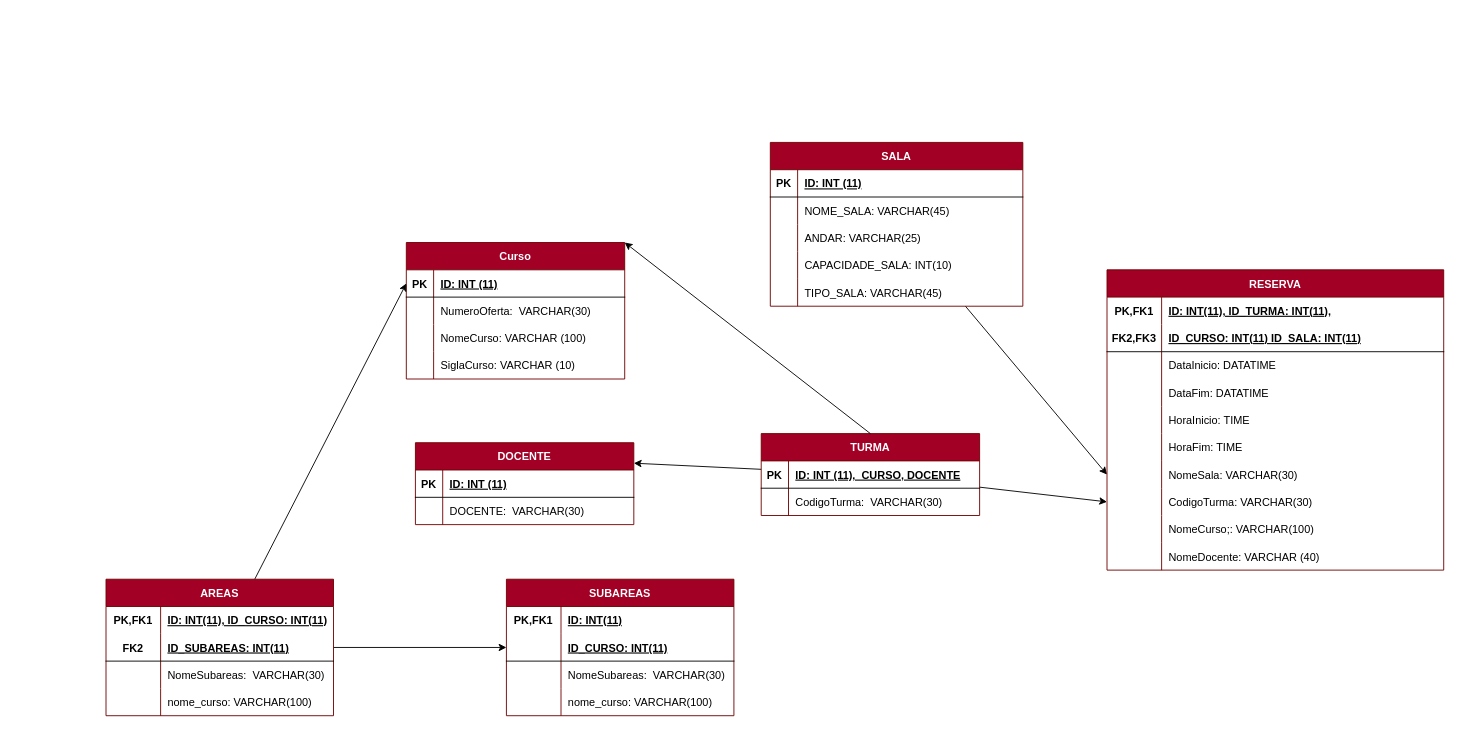
Earlier version of the draw.io diagram Database/Diagrama.drawio (LuisgrbDev/Projeto_Hackaton). Source tidied: cells renumbered, new cells numbered last; positions are measured from the earlier drawing's top-left corner, leaving out a move shared by most shapes. Both pictures are drawn from the tidied source at 91%, with x=0, y=0 at pixel (106, 142).
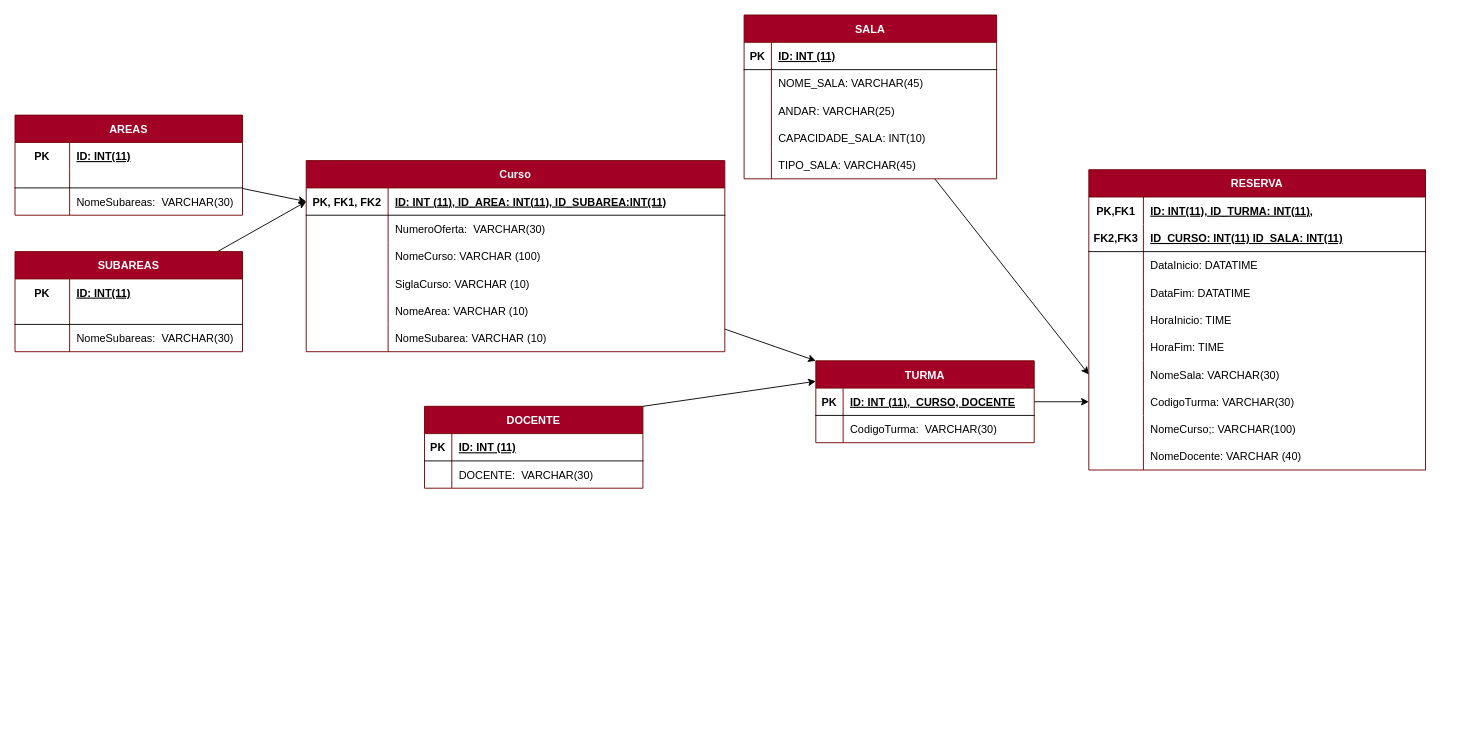
Above is the later version.

Commit message:
Alteração DIAGRAMA

The change refers to these unchanged cells:
```xml
<mxCell id="18" style="shape=tableRow;horizontal=0;startSize=0;swimlaneHead=0;swimlaneBody=0;fillColor=none;top=0;left=0;right=0;bottom=0;" parent="17" vertex="1">
  <mxGeometry y="30" width="250" height="30" as="geometry" />
</mxCell>
<mxCell id="95" style="shape=tableRow;horizontal=0;startSize=0;swimlaneHead=0;swimlaneBody=0;fillColor=none;top=0;left=0;right=0;bottom=0;" parent="94" vertex="1">
  <mxGeometry y="30" width="250" height="30" as="geometry" />
</mxCell>
```

Diff of the diagram source:
```diff
@@
+    <mxCell id="108" style="edgeStyle=none;html=1;entryX=0;entryY=0;entryDx=0;entryDy=0;" parent="1" edge="1" source="2" target="87">
+      <mxGeometry relative="1" as="geometry" />
+    </mxCell>
     <mxCell id="2" value="Curso" style="shape=table;startSize=30;childLayout=tableLayout;rowLines=0;fontStyle=1;align=center;fillColor=#a20025;fontColor=#ffffff;strokeColor=#6F0000;" parent="1" vertex="1">
-      <mxGeometry x="330" y="110" width="240" height="150" as="geometry" />
+      <mxGeometry x="220" y="20" width="460" height="210" as="geometry" />
     </mxCell>
     <mxCell id="3" style="shape=tableRow;horizontal=0;startSize=0;swimlaneHead=0;swimlaneBody=0;fillColor=none;points=[[0,0.5],[1,0.5]];portConstraint=eastwest;top=0;left=0;right=0;bottom=1;" parent="2" vertex="1">
-      <mxGeometry y="30" width="240" height="30" as="geometry" />
+      <mxGeometry y="30" width="460" height="30" as="geometry" />
     </mxCell>
-    <mxCell id="4" value="PK" style="shape=partialRectangle;fillColor=none;top=0;left=0;bottom=0;right=0;fontStyle=1;overflow=hidden;" parent="3" vertex="1">
-      <mxGeometry width="30" height="30" as="geometry" />
+    <mxCell id="4" value="PK, FK1, FK2" style="shape=partialRectangle;fillColor=none;top=0;left=0;bottom=0;right=0;fontStyle=1;overflow=hidden;" parent="3" vertex="1">
+      <mxGeometry width="90" height="30" as="geometry" />
     </mxCell>
-    <mxCell id="5" value="ID: INT (11)" style="shape=partialRectangle;fillColor=none;top=0;left=0;bottom=0;right=0;align=left;spacingLeft=6;fontStyle=5;overflow=hidden;" parent="3" vertex="1">
-      <mxGeometry x="30" width="210" height="30" as="geometry" />
+    <mxCell id="5" value="ID: INT (11), ID_AREA: INT(11), ID_SUBAREA:INT(11)" style="shape=partialRectangle;fillColor=none;top=0;left=0;bottom=0;right=0;align=left;spacingLeft=6;fontStyle=5;overflow=hidden;" parent="3" vertex="1">
+      <mxGeometry x="90" width="370" height="30" as="geometry" />
     </mxCell>
     <mxCell id="6" style="shape=tableRow;horizontal=0;startSize=0;swimlaneHead=0;swimlaneBody=0;fillColor=none;top=0;left=0;right=0;bottom=0;" parent="2" vertex="1">
-      <mxGeometry y="60" width="240" height="30" as="geometry" />
+      <mxGeometry y="60" width="460" height="30" as="geometry" />
     </mxCell>
     <mxCell id="7" style="shape=partialRectangle;fillColor=none;top=0;left=0;bottom=0;right=0;overflow=hidden;" parent="6" vertex="1">
-      <mxGeometry width="30" height="30" as="geometry" />
+      <mxGeometry width="90" height="30" as="geometry" />
     </mxCell>
     <mxCell id="8" value="NumeroOferta:  VARCHAR(30)" style="shape=partialRectangle;fillColor=none;top=0;left=0;bottom=0;right=0;align=left;spacingLeft=6;overflow=hidden;" parent="6" vertex="1">
-      <mxGeometry x="30" width="210" height="30" as="geometry" />
+      <mxGeometry x="90" width="370" height="30" as="geometry" />
     </mxCell>
     <mxCell id="9" style="shape=tableRow;horizontal=0;startSize=0;swimlaneHead=0;swimlaneBody=0;fillColor=none;top=0;left=0;right=0;bottom=0;" parent="2" vertex="1">
-      <mxGeometry y="90" width="240" height="30" as="geometry" />
+      <mxGeometry y="90" width="460" height="30" as="geometry" />
     </mxCell>
     <mxCell id="10" style="shape=partialRectangle;fillColor=none;top=0;left=0;bottom=0;right=0;overflow=hidden;" parent="9" vertex="1">
-      <mxGeometry width="30" height="30" as="geometry" />
+      <mxGeometry width="90" height="30" as="geometry" />
     </mxCell>
     <mxCell id="11" value="NomeCurso: VARCHAR (100)" style="shape=partialRectangle;fillColor=none;top=0;left=0;bottom=0;right=0;align=left;spacingLeft=6;overflow=hidden;" parent="9" vertex="1">
-      <mxGeometry x="30" width="210" height="30" as="geometry" />
+      <mxGeometry x="90" width="370" height="30" as="geometry" />
     </mxCell>
     <mxCell id="12" style="shape=tableRow;horizontal=0;startSize=0;swimlaneHead=0;swimlaneBody=0;fillColor=none;top=0;left=0;right=0;bottom=0;" parent="2" vertex="1">
-      <mxGeometry y="120" width="240" height="30" as="geometry" />
+      <mxGeometry y="120" width="460" height="30" as="geometry" />
     </mxCell>
     <mxCell id="13" style="shape=partialRectangle;fillColor=none;top=0;left=0;bottom=0;right=0;overflow=hidden;" parent="12" vertex="1">
-      <mxGeometry width="30" height="30" as="geometry" />
+      <mxGeometry width="90" height="30" as="geometry" />
     </mxCell>
     <mxCell id="14" value="SiglaCurso: VARCHAR (10)" style="shape=partialRectangle;fillColor=none;top=0;left=0;bottom=0;right=0;align=left;spacingLeft=6;overflow=hidden;" parent="12" vertex="1">
-      <mxGeometry x="30" width="210" height="30" as="geometry" />
+      <mxGeometry x="90" width="370" height="30" as="geometry" />
     </mxCell>
-    <mxCell id="15" style="edgeStyle=none;html=1;entryX=0;entryY=0.5;entryDx=0;entryDy=0;" parent="1" edge="1" source="17" target="94">
-      <mxGeometry relative="1" as="geometry" />
-    </mxCell>
+    <mxCell id="109" style="shape=tableRow;horizontal=0;startSize=0;swimlaneHead=0;swimlaneBody=0;fillColor=none;top=0;left=0;right=0;bottom=0;" parent="2" vertex="1">
+      <mxGeometry y="150" width="460" height="30" as="geometry" />
+    </mxCell>
+    <mxCell id="110" style="shape=partialRectangle;fillColor=none;top=0;left=0;bottom=0;right=0;overflow=hidden;" parent="109" vertex="1">
+      <mxGeometry width="90" height="30" as="geometry" />
+    </mxCell>
+    <mxCell id="111" value="NomeArea: VARCHAR (10)" style="shape=partialRectangle;fillColor=none;top=0;left=0;bottom=0;right=0;align=left;spacingLeft=6;overflow=hidden;" parent="109" vertex="1">
+      <mxGeometry x="90" width="370" height="30" as="geometry" />
+    </mxCell>
+    <mxCell id="112" style="shape=tableRow;horizontal=0;startSize=0;swimlaneHead=0;swimlaneBody=0;fillColor=none;top=0;left=0;right=0;bottom=0;" parent="2" vertex="1">
+      <mxGeometry y="180" width="460" height="30" as="geometry" />
+    </mxCell>
+    <mxCell id="113" style="shape=partialRectangle;fillColor=none;top=0;left=0;bottom=0;right=0;overflow=hidden;" parent="112" vertex="1">
+      <mxGeometry width="90" height="30" as="geometry" />
+    </mxCell>
+    <mxCell id="114" value="NomeSubarea: VARCHAR (10)" style="shape=partialRectangle;fillColor=none;top=0;left=0;bottom=0;right=0;align=left;spacingLeft=6;overflow=hidden;" parent="112" vertex="1">
+      <mxGeometry x="90" width="370" height="30" as="geometry" />
+    </mxCell>
@@
     <mxCell id="17" value="AREAS" style="shape=table;startSize=30;childLayout=tableLayout;rowLines=0;fontStyle=1;align=center;fillColor=#a20025;fontColor=#ffffff;strokeColor=#6F0000;" parent="1" vertex="1">
-      <mxGeometry y="480" width="250" height="150" as="geometry" />
+      <mxGeometry x="-100" y="-30" width="250" height="110" as="geometry" />
     </mxCell>
@@
-    <mxCell id="19" value="PK,FK1" style="shape=partialRectangle;fillColor=none;top=0;left=0;bottom=0;right=0;fontStyle=1;overflow=hidden;" parent="18" vertex="1">
+    <mxCell id="19" value="PK" style="shape=partialRectangle;fillColor=none;top=0;left=0;bottom=0;right=0;fontStyle=1;overflow=hidden;" parent="18" vertex="1">
       <mxGeometry width="60" height="30" as="geometry" />
     </mxCell>
-    <mxCell id="20" value="ID: INT(11), ID_CURSO: INT(11)" style="shape=partialRectangle;fillColor=none;top=0;left=0;bottom=0;right=0;align=left;spacingLeft=6;fontStyle=5;overflow=hidden;" parent="18" vertex="1">
+    <mxCell id="20" value="ID: INT(11)" style="shape=partialRectangle;fillColor=none;top=0;left=0;bottom=0;right=0;align=left;spacingLeft=6;fontStyle=5;overflow=hidden;" parent="18" vertex="1">
       <mxGeometry x="60" width="190" height="30" as="geometry" />
     </mxCell>
     <mxCell id="21" style="shape=tableRow;horizontal=0;startSize=0;swimlaneHead=0;swimlaneBody=0;fillColor=none;top=0;left=0;right=0;bottom=1;" parent="17" vertex="1">
-      <mxGeometry y="60" width="250" height="30" as="geometry" />
+      <mxGeometry y="60" width="250" height="20" as="geometry" />
     </mxCell>
-    <mxCell id="22" value="FK2" style="shape=partialRectangle;fillColor=none;top=0;left=0;bottom=0;right=0;fontStyle=1;overflow=hidden;" parent="21" vertex="1">
-      <mxGeometry width="60" height="30" as="geometry" />
+    <mxCell id="22" style="shape=partialRectangle;fillColor=none;top=0;left=0;bottom=0;right=0;fontStyle=1;overflow=hidden;" parent="21" vertex="1">
+      <mxGeometry width="60" height="20" as="geometry" />
     </mxCell>
-    <mxCell id="23" value="ID_SUBAREAS: INT(11)" style="shape=partialRectangle;fillColor=none;top=0;left=0;bottom=0;right=0;align=left;spacingLeft=6;fontStyle=5;overflow=hidden;" parent="21" vertex="1">
-      <mxGeometry x="60" width="190" height="30" as="geometry" />
+    <mxCell id="23" style="shape=partialRectangle;fillColor=none;top=0;left=0;bottom=0;right=0;align=left;spacingLeft=6;fontStyle=5;overflow=hidden;" parent="21" vertex="1">
+      <mxGeometry x="60" width="190" height="20" as="geometry" />
     </mxCell>
     <mxCell id="24" style="shape=tableRow;horizontal=0;startSize=0;swimlaneHead=0;swimlaneBody=0;fillColor=none;top=0;left=0;right=0;bottom=0;" parent="17" vertex="1">
-      <mxGeometry y="90" width="250" height="30" as="geometry" />
+      <mxGeometry y="80" width="250" height="30" as="geometry" />
     </mxCell>
@@
-    <mxCell id="27" style="shape=tableRow;horizontal=0;startSize=0;swimlaneHead=0;swimlaneBody=0;fillColor=none;top=0;left=0;right=0;bottom=0;" parent="17" vertex="1">
-      <mxGeometry y="120" width="250" height="30" as="geometry" />
-    </mxCell>
-    <mxCell id="28" style="shape=partialRectangle;fillColor=none;top=0;left=0;bottom=0;right=0;overflow=hidden;" parent="27" vertex="1">
-      <mxGeometry width="60" height="30" as="geometry" />
-    </mxCell>
-    <mxCell id="29" value="nome_curso: VARCHAR(100)" style="shape=partialRectangle;fillColor=none;top=0;left=0;bottom=0;right=0;align=left;spacingLeft=6;overflow=hidden;" parent="27" vertex="1">
-      <mxGeometry x="60" width="190" height="30" as="geometry" />
-    </mxCell>
@@
     <mxCell id="31" value="SALA" style="shape=table;startSize=30;childLayout=tableLayout;rowLines=0;fontStyle=1;align=center;fillColor=#a20025;fontColor=#ffffff;strokeColor=#6F0000;" parent="1" vertex="1">
-      <mxGeometry x="730" width="277.5" height="180" as="geometry" />
+      <mxGeometry x="701.2" y="-140" width="277.5" height="180" as="geometry" />
     </mxCell>
@@
     <mxCell id="47" value="RESERVA" style="shape=table;startSize=30;childLayout=tableLayout;rowLines=0;fontStyle=1;align=center;fillColor=#a20025;fontColor=#ffffff;strokeColor=#6F0000;" parent="1" vertex="1">
-      <mxGeometry x="1100" y="140" width="370" height="330" as="geometry" />
+      <mxGeometry x="1080" y="30" width="370" height="330" as="geometry" />
     </mxCell>
@@
     <mxCell id="78" value="DOCENTE" style="shape=table;startSize=30;childLayout=tableLayout;rowLines=0;fontStyle=1;align=center;fillColor=#a20025;fontColor=#ffffff;strokeColor=#6F0000;" parent="1" vertex="1">
-      <mxGeometry x="340" y="330" width="240" height="90" as="geometry" />
+      <mxGeometry x="350" y="290" width="240" height="90" as="geometry" />
     </mxCell>
@@
-    <mxCell id="86" style="edgeStyle=none;html=1;entryX=1;entryY=0.25;entryDx=0;entryDy=0;" parent="1" edge="1" source="87" target="78">
-      <mxGeometry relative="1" as="geometry" />
-    </mxCell>
     <mxCell id="87" value="TURMA" style="shape=table;startSize=30;childLayout=tableLayout;rowLines=0;fontStyle=1;align=center;fillColor=#a20025;fontColor=#ffffff;strokeColor=#6F0000;" parent="1" vertex="1">
-      <mxGeometry x="720" y="320" width="240" height="90" as="geometry" />
+      <mxGeometry x="780" y="240" width="240" height="90" as="geometry" />
     </mxCell>
@@
+    <mxCell id="115" style="edgeStyle=none;html=1;entryX=0;entryY=0.5;entryDx=0;entryDy=0;" parent="1" edge="1" source="94" target="3">
+      <mxGeometry relative="1" as="geometry" />
+    </mxCell>
     <mxCell id="94" value="SUBAREAS" style="shape=table;startSize=30;childLayout=tableLayout;rowLines=0;fontStyle=1;align=center;fillColor=#a20025;fontColor=#ffffff;strokeColor=#6F0000;" parent="1" vertex="1">
-      <mxGeometry x="440" y="480" width="250" height="150" as="geometry" />
+      <mxGeometry x="-100" y="120" width="250" height="110" as="geometry" />
     </mxCell>
@@
-    <mxCell id="96" value="PK,FK1" style="shape=partialRectangle;fillColor=none;top=0;left=0;bottom=0;right=0;fontStyle=1;overflow=hidden;" parent="95" vertex="1">
+    <mxCell id="96" value="PK" style="shape=partialRectangle;fillColor=none;top=0;left=0;bottom=0;right=0;fontStyle=1;overflow=hidden;" parent="95" vertex="1">
       <mxGeometry width="60" height="30" as="geometry" />
     </mxCell>
@@
     <mxCell id="98" style="shape=tableRow;horizontal=0;startSize=0;swimlaneHead=0;swimlaneBody=0;fillColor=none;top=0;left=0;right=0;bottom=1;" parent="94" vertex="1">
-      <mxGeometry y="60" width="250" height="30" as="geometry" />
+      <mxGeometry y="60" width="250" height="20" as="geometry" />
     </mxCell>
     <mxCell id="99" style="shape=partialRectangle;fillColor=none;top=0;left=0;bottom=0;right=0;fontStyle=1;overflow=hidden;" parent="98" vertex="1">
-      <mxGeometry width="60" height="30" as="geometry" />
+      <mxGeometry width="60" height="20" as="geometry" />
     </mxCell>
-    <mxCell id="100" value="ID_CURSO: INT(11)" style="shape=partialRectangle;fillColor=none;top=0;left=0;bottom=0;right=0;align=left;spacingLeft=6;fontStyle=5;overflow=hidden;" parent="98" vertex="1">
-      <mxGeometry x="60" width="190" height="30" as="geometry" />
+    <mxCell id="100" style="shape=partialRectangle;fillColor=none;top=0;left=0;bottom=0;right=0;align=left;spacingLeft=6;fontStyle=5;overflow=hidden;" parent="98" vertex="1">
+      <mxGeometry x="60" width="190" height="20" as="geometry" />
     </mxCell>
     <mxCell id="101" style="shape=tableRow;horizontal=0;startSize=0;swimlaneHead=0;swimlaneBody=0;fillColor=none;top=0;left=0;right=0;bottom=0;" parent="94" vertex="1">
-      <mxGeometry y="90" width="250" height="30" as="geometry" />
+      <mxGeometry y="80" width="250" height="30" as="geometry" />
     </mxCell>
@@
-    <mxCell id="104" style="shape=tableRow;horizontal=0;startSize=0;swimlaneHead=0;swimlaneBody=0;fillColor=none;top=0;left=0;right=0;bottom=0;" parent="94" vertex="1">
-      <mxGeometry y="120" width="250" height="30" as="geometry" />
-    </mxCell>
-    <mxCell id="105" style="shape=partialRectangle;fillColor=none;top=0;left=0;bottom=0;right=0;overflow=hidden;" parent="104" vertex="1">
-      <mxGeometry width="60" height="30" as="geometry" />
-    </mxCell>
-    <mxCell id="106" value="nome_curso: VARCHAR(100)" style="shape=partialRectangle;fillColor=none;top=0;left=0;bottom=0;right=0;align=left;spacingLeft=6;overflow=hidden;" parent="104" vertex="1">
-      <mxGeometry x="60" width="190" height="30" as="geometry" />
-    </mxCell>
-    <mxCell id="107" style="edgeStyle=none;html=1;entryX=1;entryY=0;entryDx=0;entryDy=0;exitX=0.5;exitY=0;exitDx=0;exitDy=0;" parent="1" edge="1" source="87" target="2">
-      <mxGeometry relative="1" as="geometry" />
-    </mxCell>
+    <mxCell id="116" style="edgeStyle=none;html=1;entryX=0;entryY=0.25;entryDx=0;entryDy=0;exitX=1;exitY=0;exitDx=0;exitDy=0;" parent="1" edge="1" source="78" target="87">
+      <mxGeometry relative="1" as="geometry" />
+    </mxCell>
```
